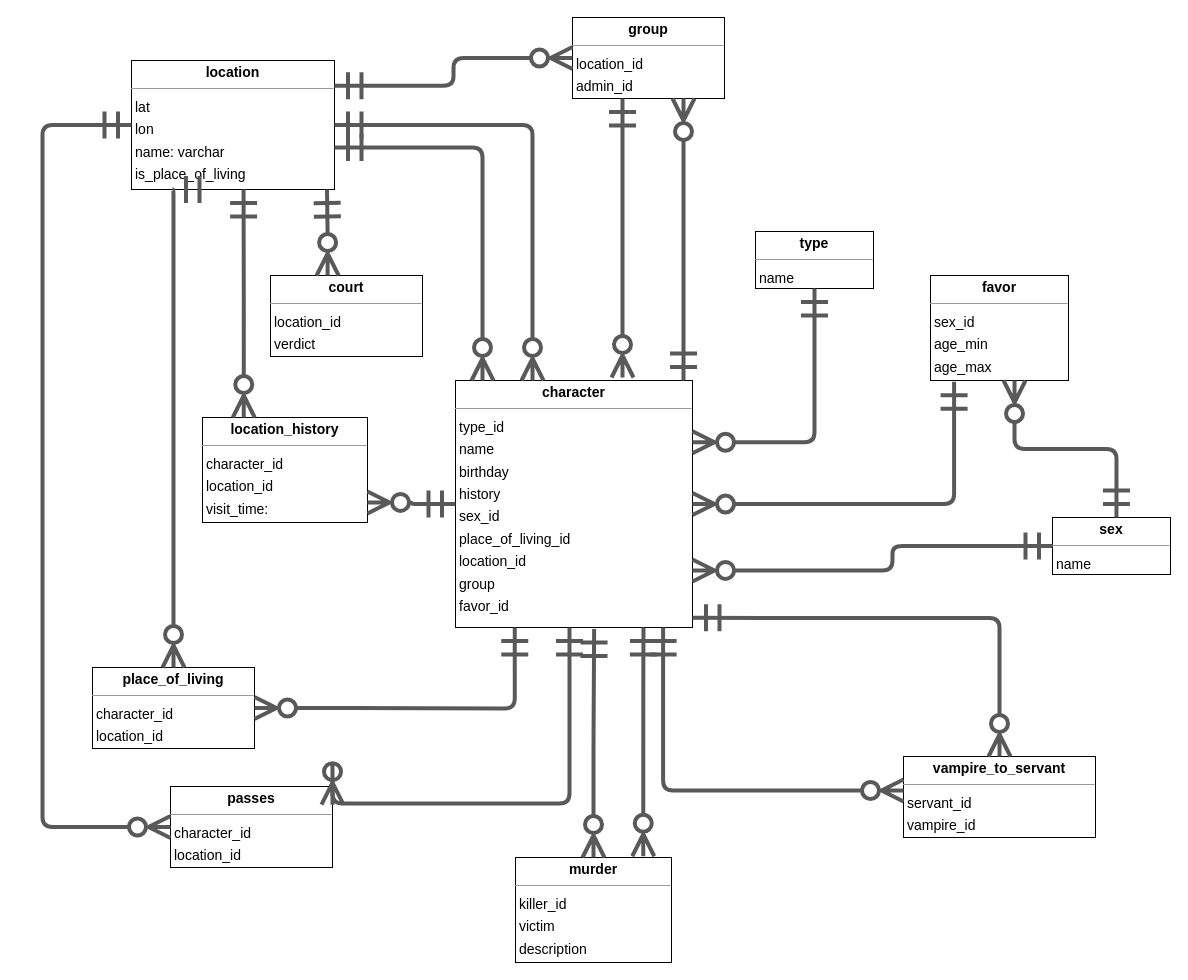
Earlier version of the draw.io diagram ИМ.drawio (PEA-bHblE-Pb-P/course_work). Source tidied: cells renumbered, new cells numbered last; positions are measured from the earlier drawing's top-left corner, leaving out a move shared by most shapes. Both pictures are drawn from the tidied source at 100%, with x=0, y=0 at pixel (42, 17).
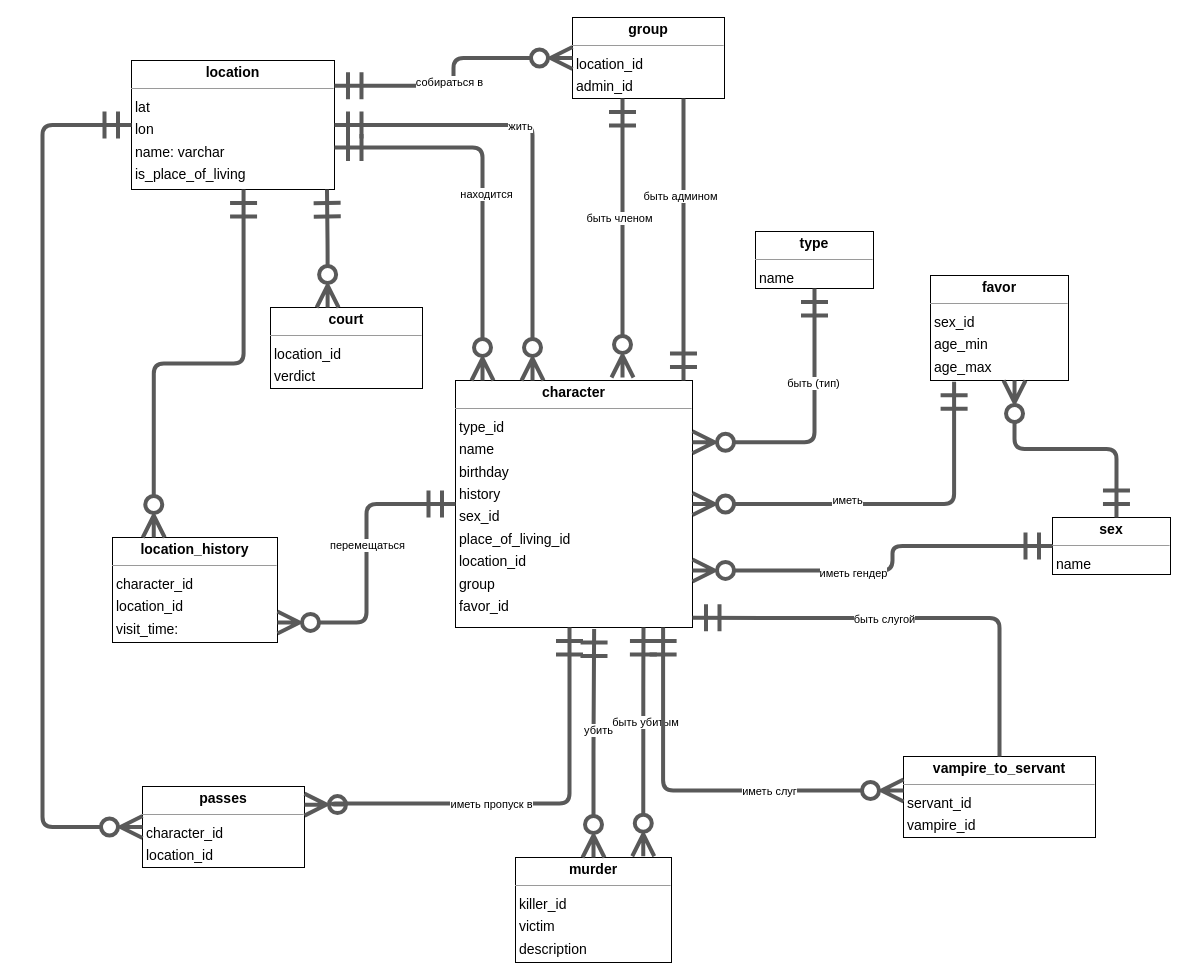
The same diagram, later.

The change refers to these unchanged cells:
```xml
<mxCell id="2" value="&lt;p style=&quot;margin:0px;margin-top:4px;text-align:center;&quot;&gt;&lt;b&gt;character&lt;/b&gt;&lt;/p&gt;&lt;hr size=&quot;1&quot;&gt;&lt;p style=&quot;margin:0 0 0 4px;line-height:1.6;&quot;&gt; type_id&lt;br&gt; name  &lt;br&gt; birthday  &lt;br&gt; history&lt;br&gt; sex_id&lt;br&gt; place_of_living_id&lt;br&gt; location_id&lt;br&gt; group&lt;br&gt; favor_id  &lt;/p&gt;" style="verticalAlign=top;align=left;overflow=fill;fontSize=14;fontFamily=Helvetica;html=1;rounded=0;shadow=0;comic=0;labelBackgroundColor=none;strokeWidth=1;" parent="1" vertex="1">
  <mxGeometry x="413" y="363" width="237" height="247" as="geometry" />
</mxCell>
<mxCell id="13" value="&lt;p style=&quot;margin:0px;margin-top:4px;text-align:center;&quot;&gt;&lt;b&gt;vampire_to_servant&lt;/b&gt;&lt;/p&gt;&lt;hr size=&quot;1&quot;&gt;&lt;p style=&quot;margin:0 0 0 4px;line-height:1.6;&quot;&gt; servant_id&lt;br&gt; vampire_id   &lt;/p&gt;" style="verticalAlign=top;align=left;overflow=fill;fontSize=14;fontFamily=Helvetica;html=1;rounded=0;shadow=0;comic=0;labelBackgroundColor=none;strokeWidth=1;" parent="1" vertex="1">
  <mxGeometry x="861" y="739" width="192" height="81" as="geometry" />
</mxCell>
<mxCell id="14" style="html=1;rounded=1;edgeStyle=orthogonalEdgeStyle;dashed=0;startArrow=ERzeroToMany;endArrow=ERmandOne;endSize=22;strokeColor=#595959;exitX=1;exitY=0.5;exitDx=0;exitDy=0;entryX=0.171;entryY=1.012;entryDx=0;entryDy=0;entryPerimeter=0;startFill=0;startSize=17;endFill=0;strokeWidth=4;" parent="1" edge="1" source="2" target="4">
  <mxGeometry relative="1" as="geometry">
    <Array as="points">
      <mxPoint x="912" y="487" />
    </Array>
  </mxGeometry>
</mxCell>
<mxCell id="15" style="html=1;rounded=1;edgeStyle=orthogonalEdgeStyle;dashed=0;startArrow=ERzeroToMany;endArrow=ERmandOne;endSize=22;strokeColor=#595959;startFill=0;startSize=17;endFill=0;strokeWidth=4;" parent="1" edge="1" target="5">
  <mxGeometry relative="1" as="geometry">
    <mxPoint x="580" y="360" as="sourcePoint" />
    <Array as="points">
      <mxPoint x="580" y="160" />
      <mxPoint x="580" y="160" />
    </Array>
  </mxGeometry>
</mxCell>
<mxCell id="16" style="html=1;rounded=1;edgeStyle=orthogonalEdgeStyle;dashed=0;startArrow=ERzeroToMany;endArrow=ERmandOne;endSize=22;strokeColor=#595959;entryX=1;entryY=0.5;entryDx=0;entryDy=0;startFill=0;startSize=17;endFill=0;strokeWidth=4;" parent="1" edge="1" source="2" target="6">
  <mxGeometry relative="1" as="geometry">
    <Array as="points">
      <mxPoint x="490" y="107" />
    </Array>
  </mxGeometry>
</mxCell>
<mxCell id="17" style="html=1;rounded=1;edgeStyle=orthogonalEdgeStyle;dashed=0;startArrow=ERzeroToMany;endArrow=ERmandOne;endSize=22;strokeColor=#595959;startFill=0;startSize=17;endFill=0;strokeWidth=4;" parent="1" edge="1" source="2">
  <mxGeometry relative="1" as="geometry">
    <mxPoint x="292" y="130" as="targetPoint" />
    <Array as="points">
      <mxPoint x="440" y="130" />
    </Array>
  </mxGeometry>
</mxCell>
<mxCell id="18" style="html=1;rounded=1;edgeStyle=orthogonalEdgeStyle;dashed=0;startArrow=ERzeroToMany;endArrow=ERmandOne;endSize=22;strokeColor=#595959;exitX=1.000;exitY=0.769;exitDx=0;exitDy=0;entryX=0.000;entryY=0.500;entryDx=0;entryDy=0;startFill=0;startSize=17;endFill=0;strokeWidth=4;" parent="1" edge="1" source="2" target="11">
  <mxGeometry relative="1" as="geometry">
    <Array as="points">
      <mxPoint x="850" y="553" />
      <mxPoint x="850" y="528" />
    </Array>
  </mxGeometry>
</mxCell>
<mxCell id="19" style="html=1;rounded=1;edgeStyle=orthogonalEdgeStyle;dashed=0;startArrow=ERzeroToMany;endArrow=ERmandOne;endSize=22;strokeColor=#595959;exitX=1;exitY=0.25;exitDx=0;exitDy=0;entryX=0.500;entryY=1.000;entryDx=0;entryDy=0;startFill=0;startSize=17;endFill=0;strokeWidth=4;" parent="1" edge="1" source="2" target="12">
  <mxGeometry relative="1" as="geometry">
    <Array as="points">
      <mxPoint x="772" y="425" />
    </Array>
  </mxGeometry>
</mxCell>
<mxCell id="23" style="html=1;rounded=1;edgeStyle=orthogonalEdgeStyle;dashed=0;startArrow=ERzeroToMany;endArrow=ERmandOne;endSize=22;strokeColor=#595959;entryX=1.000;entryY=0.195;entryDx=0;entryDy=0;exitX=0;exitY=0.5;exitDx=0;exitDy=0;startFill=0;startSize=17;endFill=0;strokeWidth=4;" parent="1" edge="1" source="5" target="6">
  <mxGeometry relative="1" as="geometry" />
</mxCell>
<mxCell id="24" style="html=1;rounded=1;edgeStyle=orthogonalEdgeStyle;dashed=0;startArrow=ERzeroToMany;endArrow=ERmandOne;endSize=22;strokeColor=#595959;exitX=1.000;exitY=0.809;exitDx=0;exitDy=0;entryX=0.000;entryY=0.500;entryDx=0;entryDy=0;startFill=0;startSize=17;endFill=0;strokeWidth=4;" parent="1" edge="1" source="7" target="2">
  <mxGeometry relative="1" as="geometry" />
</mxCell>
<mxCell id="26" style="html=1;rounded=1;edgeStyle=orthogonalEdgeStyle;dashed=0;startArrow=ERzeroToMany;endArrow=ERmandOne;endSize=22;strokeColor=#595959;exitX=0.500;exitY=0.000;exitDx=0;exitDy=0;entryX=0.585;entryY=1.006;entryDx=0;entryDy=0;entryPerimeter=0;startFill=0;startSize=17;endFill=0;strokeWidth=4;" parent="1" edge="1" source="8" target="2">
  <mxGeometry relative="1" as="geometry" />
</mxCell>
<mxCell id="27" style="html=1;rounded=1;edgeStyle=orthogonalEdgeStyle;dashed=0;startArrow=ERzeroToMany;endArrow=ERmandOne;endSize=22;strokeColor=#595959;startFill=0;startSize=17;endFill=0;strokeWidth=4;exitX=0.819;exitY=-0.012;exitDx=0;exitDy=0;exitPerimeter=0;" parent="1" edge="1" source="8">
  <mxGeometry relative="1" as="geometry">
    <mxPoint x="601" y="610" as="targetPoint" />
    <Array as="points">
      <mxPoint x="601" y="660" />
      <mxPoint x="601" y="660" />
    </Array>
  </mxGeometry>
</mxCell>
<mxCell id="33" style="html=1;rounded=1;edgeStyle=orthogonalEdgeStyle;dashed=0;startArrow=ERzeroToMany;endArrow=ERmandOne;endSize=22;strokeColor=#595959;exitX=0.000;exitY=0.420;exitDx=0;exitDy=0;entryX=0.876;entryY=1.000;entryDx=0;entryDy=0;startFill=0;startSize=17;endFill=0;strokeWidth=4;" parent="1" edge="1" source="13" target="2">
  <mxGeometry relative="1" as="geometry">
    <Array as="points">
      <mxPoint x="621" y="773" />
    </Array>
  </mxGeometry>
</mxCell>
```

Diff of the diagram source:
```diff
@@
     <mxCell id="3" value="&lt;p style=&quot;margin:0px;margin-top:4px;text-align:center;&quot;&gt;&lt;b&gt;court&lt;/b&gt;&lt;/p&gt;&lt;hr size=&quot;1&quot;&gt;&lt;p style=&quot;margin:0 0 0 4px;line-height:1.6;&quot;&gt; location_id &lt;br&gt; verdict  &lt;br&gt;&lt;/p&gt;" style="verticalAlign=top;align=left;overflow=fill;fontSize=14;fontFamily=Helvetica;html=1;rounded=0;shadow=0;comic=0;labelBackgroundColor=none;strokeWidth=1;" parent="1" vertex="1">
-      <mxGeometry x="228" y="258" width="152" height="81" as="geometry" />
+      <mxGeometry x="228" y="290" width="152" height="81" as="geometry" />
     </mxCell>
@@
     <mxCell id="7" value="&lt;p style=&quot;margin:0px;margin-top:4px;text-align:center;&quot;&gt;&lt;b&gt;location_history&lt;/b&gt;&lt;/p&gt;&lt;hr size=&quot;1&quot;&gt;&lt;p style=&quot;margin:0 0 0 4px;line-height:1.6;&quot;&gt; character_id&lt;br&gt; location_id   &lt;br&gt; visit_time: &lt;br&gt;&lt;/p&gt;" style="verticalAlign=top;align=left;overflow=fill;fontSize=14;fontFamily=Helvetica;html=1;rounded=0;shadow=0;comic=0;labelBackgroundColor=none;strokeWidth=1;" parent="1" vertex="1">
-      <mxGeometry x="160" y="400" width="165" height="105" as="geometry" />
+      <mxGeometry x="70" y="520" width="165" height="105" as="geometry" />
     </mxCell>
@@
     <mxCell id="9" value="&lt;p style=&quot;margin:0px;margin-top:4px;text-align:center;&quot;&gt;&lt;b&gt;passes&lt;/b&gt;&lt;/p&gt;&lt;hr size=&quot;1&quot;&gt;&lt;p style=&quot;margin:0 0 0 4px;line-height:1.6;&quot;&gt; character_id&lt;br&gt; location_id   &lt;/p&gt;" style="verticalAlign=top;align=left;overflow=fill;fontSize=14;fontFamily=Helvetica;html=1;rounded=0;shadow=0;comic=0;labelBackgroundColor=none;strokeWidth=1;" parent="1" vertex="1">
-      <mxGeometry x="128" y="769" width="162" height="81" as="geometry" />
+      <mxGeometry x="100" y="769" width="162" height="81" as="geometry" />
     </mxCell>
-    <mxCell id="10" value="&lt;p style=&quot;margin:0px;margin-top:4px;text-align:center;&quot;&gt;&lt;b&gt;place_of_living&lt;/b&gt;&lt;/p&gt;&lt;hr size=&quot;1&quot;&gt;&lt;p style=&quot;margin:0 0 0 4px;line-height:1.6;&quot;&gt; character_id&lt;br&gt; location_id   &lt;/p&gt;" style="verticalAlign=top;align=left;overflow=fill;fontSize=14;fontFamily=Helvetica;html=1;rounded=0;shadow=0;comic=0;labelBackgroundColor=none;strokeWidth=1;" parent="1" vertex="1">
-      <mxGeometry x="50" y="650" width="162" height="81" as="geometry" />
-    </mxCell>
@@
+    <mxCell id="34" value="иметь" style="edgeLabel;html=1;align=center;verticalAlign=middle;" parent="14" vertex="1">
+      <mxGeometry x="-0.2" y="5" relative="1" as="geometry">
+        <mxPoint y="1" as="offset" />
+      </mxGeometry>
+    </mxCell>
@@
+    <mxCell id="35" value="быть членом" style="edgeLabel;html=1;align=center;verticalAlign=middle;" parent="15" vertex="1">
+      <mxGeometry x="0.15" y="4" relative="1" as="geometry" />
+    </mxCell>
@@
+    <mxCell id="36" value="жить " style="edgeLabel;html=1;align=center;verticalAlign=middle;" parent="16" vertex="1">
+      <mxGeometry x="0.18" y="1" relative="1" as="geometry" />
+    </mxCell>
@@
+    <mxCell id="37" value="находится" style="edgeLabel;html=1;align=center;verticalAlign=middle;" parent="17" vertex="1">
+      <mxGeometry x="-0.02" y="-3" relative="1" as="geometry" />
+    </mxCell>
@@
+    <mxCell id="38" value="иметь гендер" style="edgeLabel;html=1;align=center;verticalAlign=middle;" parent="18" vertex="1">
+      <mxGeometry x="-0.17" y="-3" relative="1" as="geometry" />
+    </mxCell>
@@
+    <mxCell id="39" value="быть (тип)" style="edgeLabel;html=1;align=center;verticalAlign=middle;" parent="19" vertex="1">
+      <mxGeometry x="0.31" y="2" relative="1" as="geometry" />
+    </mxCell>
@@
-    <mxCell id="22" style="html=1;rounded=1;edgeStyle=orthogonalEdgeStyle;dashed=0;startArrow=ERzeroToMany;endArrow=ERmandOne;endSize=22;strokeColor=#595959;entryX=0.962;entryY=0.000;entryDx=0;entryDy=0;startFill=0;startSize=17;endFill=0;strokeWidth=4;" parent="1" edge="1" target="2">
+    <mxCell id="22" style="html=1;rounded=1;edgeStyle=orthogonalEdgeStyle;dashed=0;startArrow=none;endArrow=ERmandOne;endSize=22;strokeColor=#595959;entryX=0.962;entryY=0.000;entryDx=0;entryDy=0;startFill=0;startSize=17;endFill=0;strokeWidth=4;" parent="1" edge="1" target="2">
       <mxGeometry relative="1" as="geometry">
         <mxPoint x="641" y="81" as="sourcePoint" />
         <Array as="points">
           <mxPoint x="641" y="81" />
         </Array>
       </mxGeometry>
     </mxCell>
+    <mxCell id="40" value="быть админом" style="edgeLabel;html=1;align=center;verticalAlign=middle;" parent="22" vertex="1">
+      <mxGeometry x="-0.21" y="-3" relative="1" as="geometry">
+        <mxPoint y="-13" as="offset" />
+      </mxGeometry>
+    </mxCell>
@@
+    <mxCell id="41" value="собираться в" style="edgeLabel;html=1;align=center;verticalAlign=middle;" parent="23" vertex="1">
+      <mxGeometry x="0.07" y="-5" relative="1" as="geometry">
+        <mxPoint y="1" as="offset" />
+      </mxGeometry>
+    </mxCell>
@@
+    <mxCell id="42" value="перемещаться" style="edgeLabel;html=1;align=center;verticalAlign=middle;" parent="24" vertex="1">
+      <mxGeometry x="0.12" relative="1" as="geometry" />
+    </mxCell>
@@
+    <mxCell id="43" value="убить" style="edgeLabel;html=1;align=center;verticalAlign=middle;" parent="26" vertex="1">
+      <mxGeometry x="0.12" y="-4" relative="1" as="geometry" />
+    </mxCell>
@@
+    <mxCell id="44" value="быть убитым" style="edgeLabel;html=1;align=center;verticalAlign=middle;" parent="27" vertex="1">
+      <mxGeometry x="0.17" y="-2" relative="1" as="geometry" />
+    </mxCell>
     <mxCell id="28" style="html=1;rounded=1;edgeStyle=orthogonalEdgeStyle;dashed=0;startArrow=ERzeroToMany;endArrow=ERmandOne;endSize=22;strokeColor=#595959;exitX=1.000;exitY=0.224;exitDx=0;exitDy=0;startFill=0;startSize=17;endFill=0;strokeWidth=4;" parent="1" edge="1" source="9">
       <mxGeometry relative="1" as="geometry">
         <mxPoint x="527" y="610" as="targetPoint" />
         <Array as="points">
+          <mxPoint x="290" y="787" />
+          <mxPoint x="290" y="786" />
           <mxPoint x="527" y="786" />
         </Array>
       </mxGeometry>
     </mxCell>
+    <mxCell id="45" value="иметь пропуск в" style="edgeLabel;html=1;align=center;verticalAlign=middle;" parent="28" vertex="1">
+      <mxGeometry x="-0.15" relative="1" as="geometry" />
+    </mxCell>
@@
-    <mxCell id="30" style="html=1;rounded=1;edgeStyle=orthogonalEdgeStyle;dashed=0;startArrow=ERzeroToMany;endArrow=ERmandOne;endSize=22;strokeColor=#595959;exitX=1.000;exitY=0.500;exitDx=0;exitDy=0;entryX=0.25;entryY=1;entryDx=0;entryDy=0;startFill=0;startSize=17;endFill=0;strokeWidth=4;" parent="1" edge="1" source="10" target="2">
-      <mxGeometry relative="1" as="geometry">
-        <Array as="points">
-          <mxPoint x="300" y="691" />
-          <mxPoint x="472" y="691" />
-        </Array>
-      </mxGeometry>
-    </mxCell>
-    <mxCell id="31" style="html=1;rounded=1;edgeStyle=orthogonalEdgeStyle;dashed=0;startArrow=ERzeroToMany;endArrow=ERmandOne;endSize=22;strokeColor=#595959;startFill=0;startSize=17;endFill=0;strokeWidth=4;exitX=0.5;exitY=0;exitDx=0;exitDy=0;" parent="1" edge="1" source="10">
-      <mxGeometry relative="1" as="geometry">
-        <mxPoint x="130" y="172" as="targetPoint" />
-        <Array as="points">
-          <mxPoint x="130" y="172" />
-        </Array>
-      </mxGeometry>
-    </mxCell>
-    <mxCell id="32" style="html=1;rounded=1;edgeStyle=orthogonalEdgeStyle;dashed=0;startArrow=ERzeroToMany;endArrow=ERmandOne;endSize=22;strokeColor=#595959;exitX=0.500;exitY=0.001;exitDx=0;exitDy=0;entryX=1.000;entryY=0.961;entryDx=0;entryDy=0;startFill=0;startSize=17;endFill=0;strokeWidth=4;" parent="1" edge="1" source="13" target="2">
+    <mxCell id="32" style="html=1;rounded=1;edgeStyle=orthogonalEdgeStyle;dashed=0;startArrow=none;endArrow=ERmandOne;endSize=22;strokeColor=#595959;exitX=0.500;exitY=0.001;exitDx=0;exitDy=0;entryX=1.000;entryY=0.961;entryDx=0;entryDy=0;startFill=0;startSize=17;endFill=0;strokeWidth=4;" parent="1" edge="1" source="13" target="2">
       <mxGeometry relative="1" as="geometry">
         <Array as="points">
           <mxPoint x="957" y="600" />
         </Array>
       </mxGeometry>
     </mxCell>
+    <mxCell id="46" value="быть слугой" style="edgeLabel;html=1;align=center;verticalAlign=middle;" parent="32" vertex="1">
+      <mxGeometry x="0.14" y="1" relative="1" as="geometry" />
+    </mxCell>
@@
+    <mxCell id="47" value="иметь слуг" style="edgeLabel;html=1;align=center;verticalAlign=middle;" parent="33" vertex="1">
+      <mxGeometry x="-0.33" relative="1" as="geometry" />
+    </mxCell>
```
